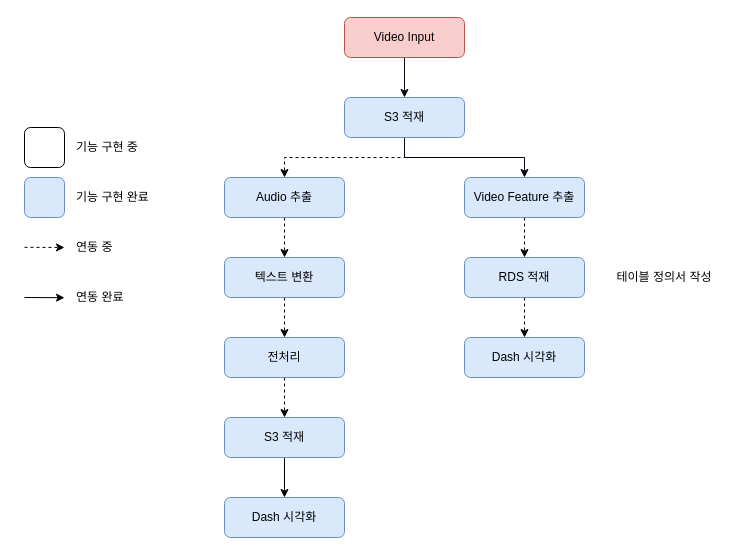
Earlier version of the draw.io diagram Final_pjt2/Process_Pipeline.drawio (lhshs/Genia). Source tidied: cells renumbered, new cells numbered last; positions are measured from the earlier drawing's top-left corner, leaving out a move shared by most shapes. Both pictures are drawn from the tidied source at 100%, with x=0, y=0 at pixel (24, 17).
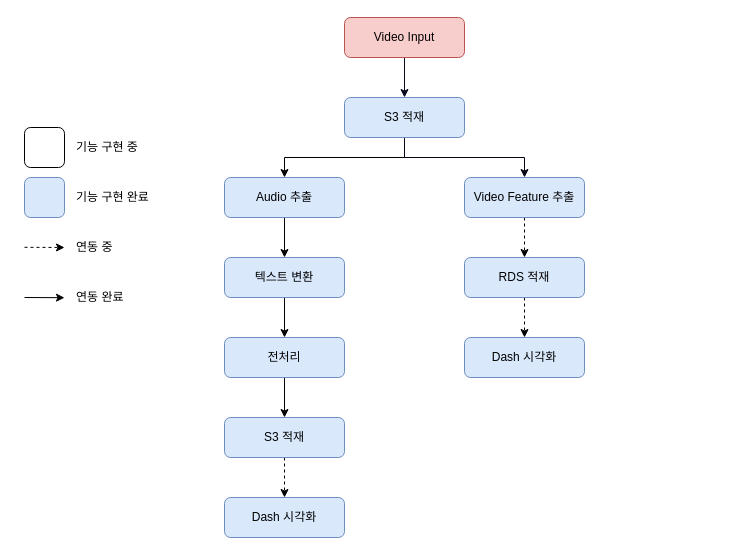
The same diagram, later.

The change refers to these unchanged cells:
```xml
<mxCell id="6" value="S3 적재" style="rounded=1;whiteSpace=wrap;html=1;fillColor=#dae8fc;strokeColor=#6c8ebf;" parent="1" vertex="1">
  <mxGeometry x="320" y="80" width="120" height="40" as="geometry" />
</mxCell>
<mxCell id="8" value="Audio 추출" style="rounded=1;whiteSpace=wrap;html=1;fillColor=#dae8fc;strokeColor=#6c8ebf;" parent="1" vertex="1">
  <mxGeometry x="200" y="160" width="120" height="40" as="geometry" />
</mxCell>
<mxCell id="12" value="텍스트 변환" style="rounded=1;whiteSpace=wrap;html=1;strokeColor=#6c8ebf;fillColor=#dae8fc;" parent="1" vertex="1">
  <mxGeometry x="200" y="240" width="120" height="40" as="geometry" />
</mxCell>
<mxCell id="14" value="전처리" style="rounded=1;whiteSpace=wrap;html=1;fillColor=#dae8fc;strokeColor=#6c8ebf;" parent="1" vertex="1">
  <mxGeometry x="200" y="320" width="120" height="40" as="geometry" />
</mxCell>
<mxCell id="21" value="S3 적재" style="rounded=1;whiteSpace=wrap;html=1;fillColor=#dae8fc;strokeColor=#6c8ebf;" parent="1" vertex="1">
  <mxGeometry x="200" y="400" width="120" height="40" as="geometry" />
</mxCell>
<mxCell id="22" value="Dash 시각화" style="rounded=1;whiteSpace=wrap;html=1;fillColor=#dae8fc;strokeColor=#6c8ebf;" parent="1" vertex="1">
  <mxGeometry x="200" y="480" width="120" height="40" as="geometry" />
</mxCell>
```

The edit, as a diff of the source:
```diff
@@
-    <mxCell id="4" style="edgeStyle=orthogonalEdgeStyle;rounded=0;jettySize=auto;html=1;exitX=0.5;exitY=1;exitDx=0;exitDy=0;dashed=1;" parent="1" edge="1" source="6" target="8">
+    <mxCell id="4" style="edgeStyle=orthogonalEdgeStyle;rounded=0;jettySize=auto;html=1;exitX=0.5;exitY=1;exitDx=0;exitDy=0;" parent="1" edge="1" source="6" target="8">
       <mxGeometry relative="1" as="geometry" />
     </mxCell>
@@
-    <mxCell id="7" style="edgeStyle=orthogonalEdgeStyle;rounded=0;jettySize=auto;html=1;exitX=0.5;exitY=1;exitDx=0;exitDy=0;entryX=0.5;entryY=0;entryDx=0;entryDy=0;dashed=1;" parent="1" edge="1" source="8" target="12">
+    <mxCell id="7" style="edgeStyle=orthogonalEdgeStyle;rounded=0;jettySize=auto;html=1;exitX=0.5;exitY=1;exitDx=0;exitDy=0;entryX=0.5;entryY=0;entryDx=0;entryDy=0;" parent="1" edge="1" source="8" target="12">
       <mxGeometry relative="1" as="geometry" />
     </mxCell>
@@
-    <mxCell id="11" style="edgeStyle=orthogonalEdgeStyle;rounded=0;jettySize=auto;html=1;exitX=0.5;exitY=1;exitDx=0;exitDy=0;dashed=1;" parent="1" edge="1" source="12" target="14">
+    <mxCell id="11" style="edgeStyle=orthogonalEdgeStyle;rounded=0;jettySize=auto;html=1;exitX=0.5;exitY=1;exitDx=0;exitDy=0;" parent="1" edge="1" source="12" target="14">
       <mxGeometry relative="1" as="geometry" />
     </mxCell>
@@
-    <mxCell id="13" style="edgeStyle=orthogonalEdgeStyle;rounded=0;jettySize=auto;html=1;exitX=0.5;exitY=1;exitDx=0;exitDy=0;entryX=0.5;entryY=0;entryDx=0;entryDy=0;dashed=1;" parent="1" edge="1" source="14" target="21">
+    <mxCell id="13" style="edgeStyle=orthogonalEdgeStyle;rounded=0;jettySize=auto;html=1;exitX=0.5;exitY=1;exitDx=0;exitDy=0;entryX=0.5;entryY=0;entryDx=0;entryDy=0;" parent="1" edge="1" source="14" target="21">
       <mxGeometry relative="1" as="geometry" />
     </mxCell>
@@
-    <mxCell id="20" style="edgeStyle=orthogonalEdgeStyle;rounded=0;jettySize=auto;html=1;exitX=0.5;exitY=1;exitDx=0;exitDy=0;entryX=0.5;entryY=0;entryDx=0;entryDy=0;" parent="1" edge="1" source="21" target="22">
+    <mxCell id="20" style="edgeStyle=orthogonalEdgeStyle;rounded=0;jettySize=auto;html=1;exitX=0.5;exitY=1;exitDx=0;exitDy=0;entryX=0.5;entryY=0;entryDx=0;entryDy=0;dashed=1;" parent="1" edge="1" source="21" target="22">
       <mxGeometry relative="1" as="geometry" />
     </mxCell>
@@
-    <mxCell id="23" value="테이블 정의서 작성" style="text;html=1;strokeColor=none;fillColor=none;align=center;verticalAlign=middle;whiteSpace=wrap;rounded=0;" parent="1" vertex="1">
-      <mxGeometry x="580" y="245" width="120" height="30" as="geometry" />
-    </mxCell>
```
